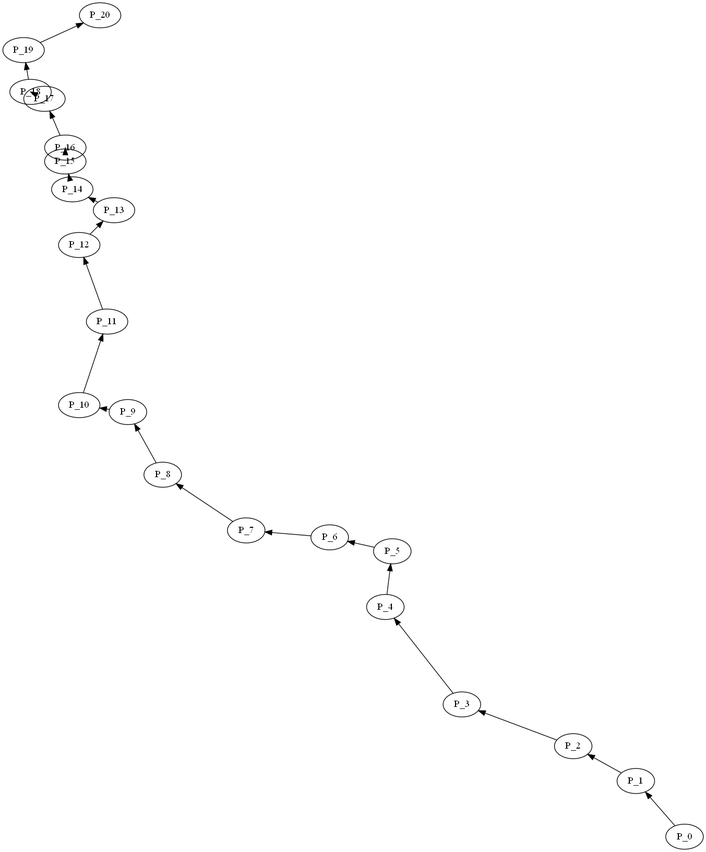
The Graphviz diagram Generation Test/graph.png in Crazy-German/Generation-Proto, before a commit. Its source is kept beside it as Generation Test/graph.dot.
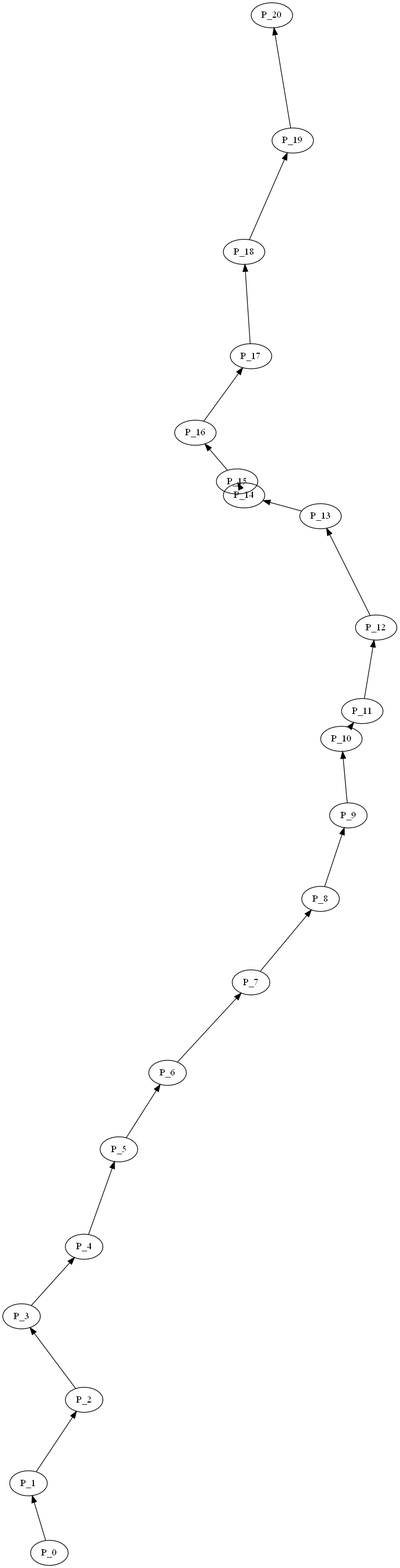
Above is the later version.

What changed in the source:
```diff
@@ -5,102 +5,102 @@
 ]
 Platform_1 [
 label = P_1
-pos = "-70,80!"
+pos = "-30,100!"
 ]
 Platform_0 -> Platform_1
 Platform_2 [
 label = P_2
-pos = "-160,130!"
+pos = "50,220!"
 ]
 Platform_1 -> Platform_2
 Platform_3 [
 label = P_3
-pos = "-320,190!"
+pos = "-40,340!"
 ]
 Platform_2 -> Platform_3
 Platform_4 [
 label = P_4
-pos = "-430,330!"
+pos = "50,440!"
 ]
 Platform_3 -> Platform_4
 Platform_5 [
 label = P_5
-pos = "-420,410!"
+pos = "100,580!"
 ]
 Platform_4 -> Platform_5
 Platform_6 [
 label = P_6
-pos = "-510,430!"
+pos = "170,690!"
 ]
 Platform_5 -> Platform_6
 Platform_7 [
 label = P_7
-pos = "-630,440!"
+pos = "290,820!"
 ]
 Platform_6 -> Platform_7
 Platform_8 [
 label = P_8
-pos = "-750,520!"
+pos = "390,940!"
 ]
 Platform_7 -> Platform_8
 Platform_9 [
 label = P_9
-pos = "-800,610!"
+pos = "430,1060!"
 ]
 Platform_8 -> Platform_9
 Platform_10 [
 label = P_10
-pos = "-870,620!"
+pos = "420,1170!"
 ]
 Platform_9 -> Platform_10
 Platform_11 [
 label = P_11
-pos = "-830,740!"
+pos = "450,1210!"
 ]
 Platform_10 -> Platform_11
 Platform_12 [
 label = P_12
-pos = "-870,850!"
+pos = "470,1330!"
 ]
 Platform_11 -> Platform_12
 Platform_13 [
 label = P_13
-pos = "-820,900!"
+pos = "390,1490!"
 ]
 Platform_12 -> Platform_13
 Platform_14 [
 label = P_14
-pos = "-880,930!"
+pos = "280,1520!"
 ]
 Platform_13 -> Platform_14
 Platform_15 [
 label = P_15
-pos = "-890,970!"
+pos = "270,1540!"
 ]
 Platform_14 -> Platform_15
 Platform_16 [
 label = P_16
-pos = "-890,990!"
+pos = "210,1610!"
 ]
 Platform_15 -> Platform_16
 Platform_17 [
 label = P_17
-pos = "-920,1060!"
+pos = "290,1720!"
 ]
 Platform_16 -> Platform_17
 Platform_18 [
 label = P_18
-pos = "-940,1070!"
+pos = "280,1870!"
 ]
 Platform_17 -> Platform_18
 Platform_19 [
 label = P_19
-pos = "-950,1130!"
+pos = "350,2030!"
 ]
 Platform_18 -> Platform_19
 Platform_20 [
 label = P_20
-pos = "-840,1180!"
+pos = "320,2210!"
 ]
 Platform_19 -> Platform_20
 }
```
